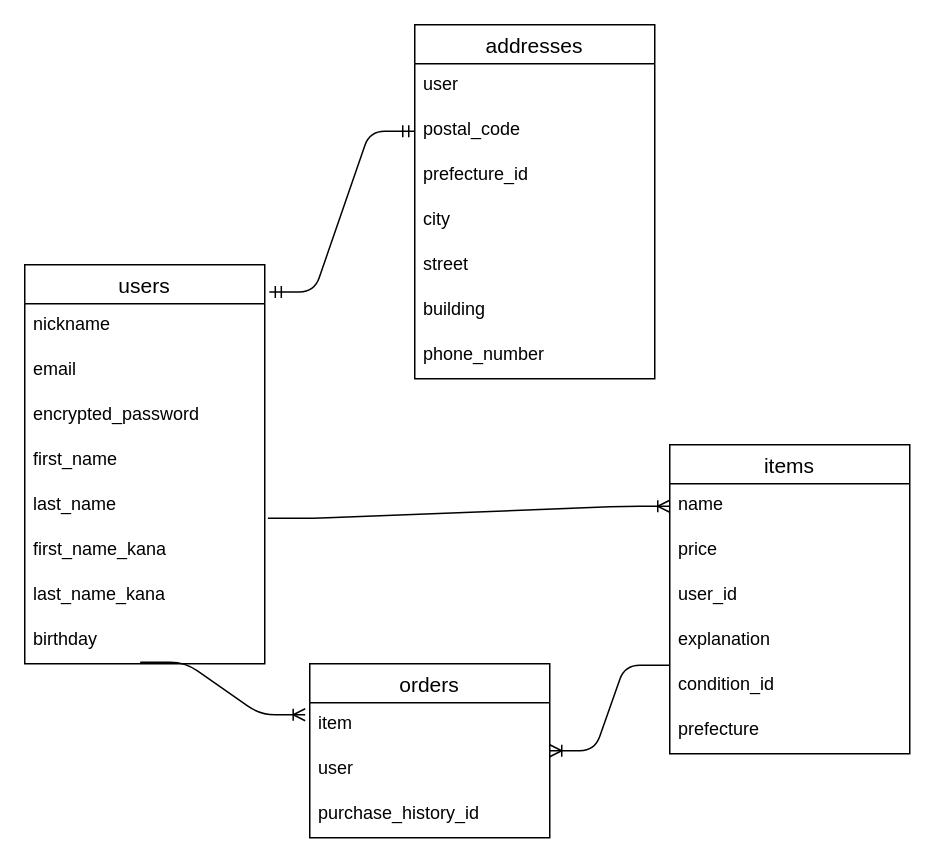
This is app/views/ER.dio from shogo-ohya/furima-39501, a draw.io file, before an edit. Source tidied: cells renumbered, new cells numbered last; positions are measured from the earlier drawing's top-left corner, leaving out a move shared by most shapes. Both pictures are drawn from the tidied source at 150%, with x=0, y=0 at pixel (24, 24).
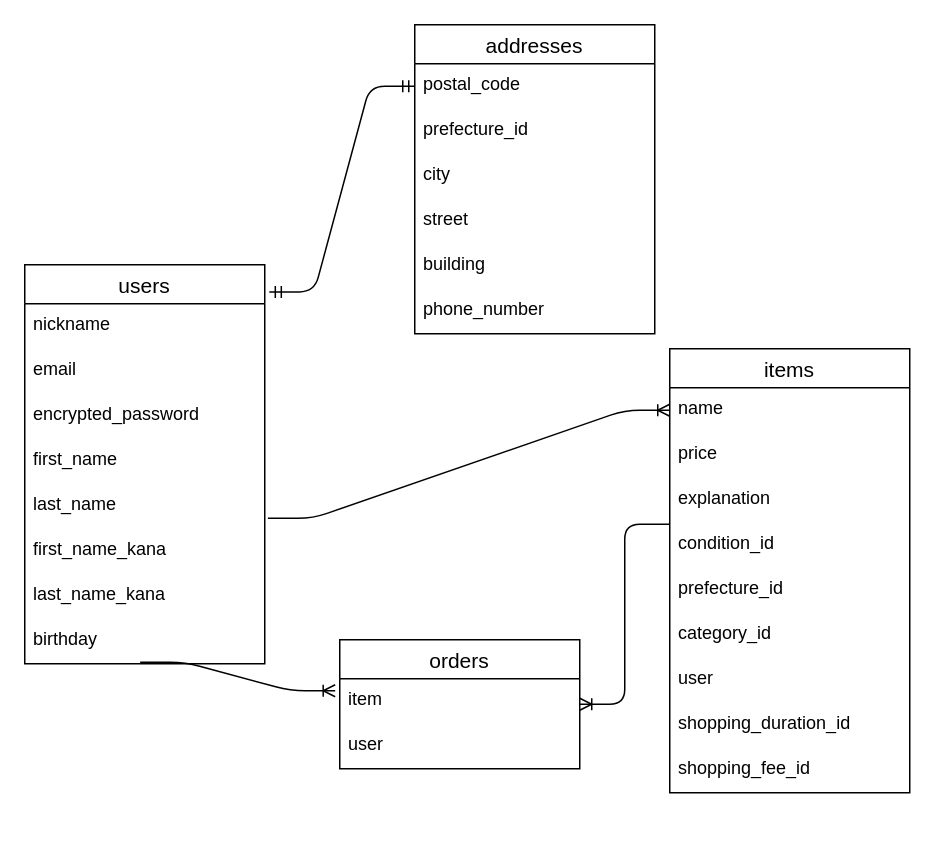
After the change.

Commit message (it also covers changes not shown here):
修正５の修正

The edit, as a diff of the source:
```diff
@@
     <mxCell id="11" value="items" style="swimlane;fontStyle=0;horizontal=1;startSize=26;align=center;fontSize=14;strokeColor=default;" parent="1" vertex="1">
-      <mxGeometry x="430" y="280" width="160" height="206" as="geometry" />
+      <mxGeometry x="430" y="216" width="160" height="296" as="geometry" />
     </mxCell>
@@
-    <mxCell id="14" value="user_id" style="text;strokeColor=none;fillColor=none;spacingLeft=4;spacingRight=4;overflow=hidden;fontSize=12;" parent="11" vertex="1">
-      <mxGeometry y="86" width="160" height="30" as="geometry" />
-    </mxCell>
     <mxCell id="15" value="explanation" style="text;strokeColor=none;fillColor=none;spacingLeft=4;spacingRight=4;overflow=hidden;fontSize=12;" parent="11" vertex="1">
-      <mxGeometry y="116" width="160" height="30" as="geometry" />
+      <mxGeometry y="86" width="160" height="30" as="geometry" />
     </mxCell>
     <mxCell id="16" value="condition_id" style="text;strokeColor=none;fillColor=none;spacingLeft=4;spacingRight=4;overflow=hidden;points=[[0,0.5],[1,0.5]];portConstraint=eastwest;fontSize=12;" parent="11" vertex="1">
-      <mxGeometry y="146" width="160" height="30" as="geometry" />
+      <mxGeometry y="116" width="160" height="30" as="geometry" />
     </mxCell>
-    <mxCell id="17" value="prefecture" style="text;strokeColor=none;fillColor=none;spacingLeft=4;spacingRight=4;overflow=hidden;fontSize=12;" parent="11" vertex="1">
-      <mxGeometry y="176" width="160" height="30" as="geometry" />
+    <mxCell id="17" value="prefecture_id" style="text;strokeColor=none;fillColor=none;spacingLeft=4;spacingRight=4;overflow=hidden;fontSize=12;" parent="11" vertex="1">
+      <mxGeometry y="146" width="160" height="30" as="geometry" />
     </mxCell>
+    <mxCell id="34" value="category_id" style="text;strokeColor=none;fillColor=none;spacingLeft=4;spacingRight=4;overflow=hidden;fontSize=12;" parent="11" vertex="1">
+      <mxGeometry y="176" width="160" height="30" as="geometry" />
+    </mxCell>
+    <mxCell id="26" value="user" style="text;strokeColor=none;fillColor=none;spacingLeft=4;spacingRight=4;overflow=hidden;fontSize=12;" parent="11" vertex="1">
+      <mxGeometry y="206" width="160" height="30" as="geometry" />
+    </mxCell>
+    <mxCell id="35" value="shopping_duration_id" style="text;strokeColor=none;fillColor=none;spacingLeft=4;spacingRight=4;overflow=hidden;fontSize=12;" parent="11" vertex="1">
+      <mxGeometry y="236" width="160" height="30" as="geometry" />
+    </mxCell>
+    <mxCell id="36" value="shopping_fee_id" style="text;strokeColor=none;fillColor=none;spacingLeft=4;spacingRight=4;overflow=hidden;fontSize=12;" parent="11" vertex="1">
+      <mxGeometry y="266" width="160" height="30" as="geometry" />
+    </mxCell>
@@
     <mxCell id="19" value="orders" style="swimlane;fontStyle=0;horizontal=1;startSize=26;align=center;fontSize=14;strokeColor=default;" parent="1" vertex="1">
-      <mxGeometry x="190" y="426" width="160" height="116" as="geometry" />
+      <mxGeometry x="210" y="410" width="160" height="86" as="geometry" />
     </mxCell>
@@
-    <mxCell id="22" value="purchase_history_id" style="text;strokeColor=none;fillColor=none;spacingLeft=4;spacingRight=4;overflow=hidden;fontSize=12;" parent="19" vertex="1">
-      <mxGeometry y="86" width="160" height="30" as="geometry" />
-    </mxCell>
@@
     <mxCell id="25" value="addresses" style="swimlane;fontStyle=0;horizontal=1;startSize=26;align=center;fontSize=14;" parent="1" vertex="1">
-      <mxGeometry x="260" width="160" height="236" as="geometry" />
+      <mxGeometry x="260" width="160" height="206" as="geometry" />
     </mxCell>
-    <mxCell id="26" value="user" style="text;strokeColor=none;fillColor=none;spacingLeft=4;spacingRight=4;overflow=hidden;fontSize=12;" parent="25" vertex="1">
-      <mxGeometry y="26" width="160" height="30" as="geometry" />
-    </mxCell>
     <mxCell id="27" value="postal_code" style="text;strokeColor=none;fillColor=none;spacingLeft=4;spacingRight=4;overflow=hidden;points=[[0,0.5],[1,0.5]];portConstraint=eastwest;fontSize=12;" parent="25" vertex="1">
-      <mxGeometry y="56" width="160" height="30" as="geometry" />
+      <mxGeometry y="26" width="160" height="30" as="geometry" />
     </mxCell>
     <mxCell id="28" value="prefecture_id" style="text;strokeColor=none;fillColor=none;spacingLeft=4;spacingRight=4;overflow=hidden;fontSize=12;" parent="25" vertex="1">
-      <mxGeometry y="86" width="160" height="30" as="geometry" />
+      <mxGeometry y="56" width="160" height="30" as="geometry" />
     </mxCell>
     <mxCell id="29" value="city" style="text;strokeColor=none;fillColor=none;spacingLeft=4;spacingRight=4;overflow=hidden;fontSize=12;" parent="25" vertex="1">
-      <mxGeometry y="116" width="160" height="30" as="geometry" />
+      <mxGeometry y="86" width="160" height="30" as="geometry" />
     </mxCell>
     <mxCell id="30" value="street" style="text;strokeColor=none;fillColor=none;spacingLeft=4;spacingRight=4;overflow=hidden;fontSize=12;" parent="25" vertex="1">
-      <mxGeometry y="146" width="160" height="30" as="geometry" />
+      <mxGeometry y="116" width="160" height="30" as="geometry" />
     </mxCell>
     <mxCell id="31" value="building" style="text;strokeColor=none;fillColor=none;spacingLeft=4;spacingRight=4;overflow=hidden;fontSize=12;" parent="25" vertex="1">
-      <mxGeometry y="176" width="160" height="30" as="geometry" />
+      <mxGeometry y="146" width="160" height="30" as="geometry" />
     </mxCell>
     <mxCell id="32" value="phone_number" style="text;strokeColor=none;fillColor=none;spacingLeft=4;spacingRight=4;overflow=hidden;fontSize=12;" parent="25" vertex="1">
-      <mxGeometry y="206" width="160" height="30" as="geometry" />
+      <mxGeometry y="176" width="160" height="30" as="geometry" />
     </mxCell>
```
